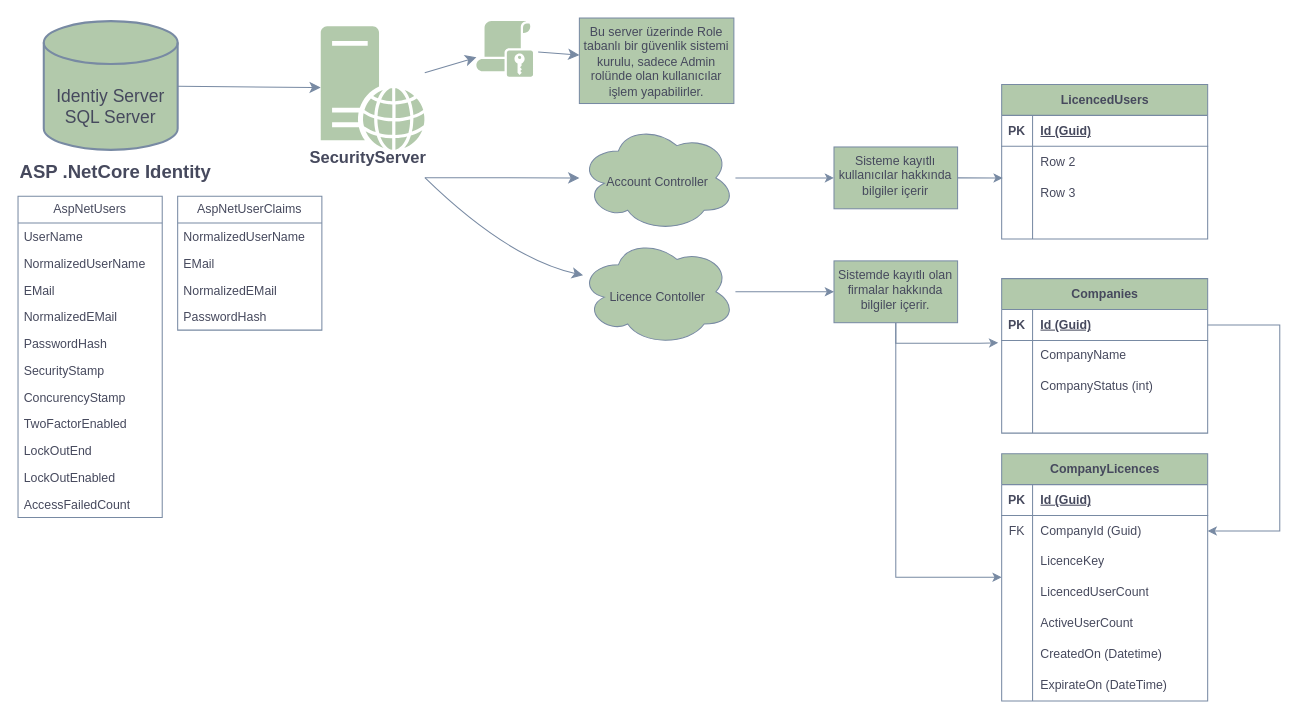
The draw.io diagram Başlıksız Diyagram.drawio in gvardal/drawio, before the edit. Source tidied: cells renumbered, new cells numbered last; positions are measured from the earlier drawing's top-left corner, leaving out a move shared by most shapes. Both pictures are drawn from the tidied source at 103%, with x=0, y=0 at pixel (18, 18).
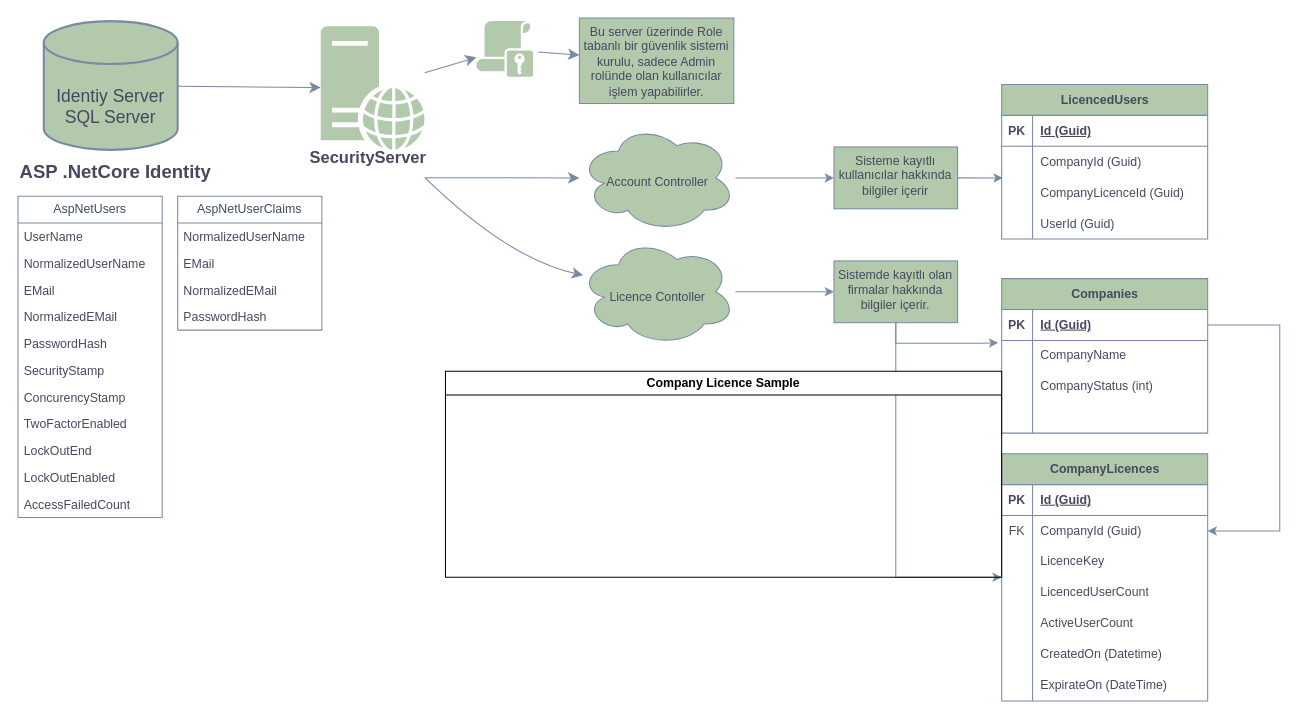
The same page after the edit.

Unchanged cells that the change refers to:
```xml
<mxCell id="55" style="shape=tableRow;horizontal=0;startSize=0;swimlaneHead=0;swimlaneBody=0;fillColor=none;top=0;left=0;right=0;bottom=0;labelBackgroundColor=none;strokeColor=#788AA3;fontColor=#46495D;" parent="51" vertex="1">
  <mxGeometry y="60" width="200" height="30" as="geometry" />
</mxCell>
<mxCell id="58" style="shape=tableRow;horizontal=0;startSize=0;swimlaneHead=0;swimlaneBody=0;fillColor=none;points=[[0,0.5],[1,0.5]];portConstraint=eastwest;top=0;left=0;right=0;bottom=0;labelBackgroundColor=none;strokeColor=#788AA3;fontColor=#46495D;" parent="51" vertex="1">
  <mxGeometry y="90" width="200" height="30" as="geometry" />
</mxCell>
<mxCell id="61" style="shape=tableRow;horizontal=0;startSize=0;swimlaneHead=0;swimlaneBody=0;fillColor=none;top=0;left=0;right=0;bottom=0;labelBackgroundColor=none;strokeColor=#788AA3;fontColor=#46495D;" parent="51" vertex="1">
  <mxGeometry y="120" width="200" height="30" as="geometry" />
</mxCell>
```

Change to the diagram source:
```diff
@@
-    <mxCell id="57" value="Row 2" style="shape=partialRectangle;fillColor=none;top=0;left=0;bottom=0;right=0;align=left;spacingLeft=6;overflow=hidden;whiteSpace=wrap;html=1;labelBackgroundColor=none;strokeColor=#788AA3;fontColor=#46495D;" parent="55" vertex="1">
+    <mxCell id="57" value="CompanyId (Guid)" style="shape=partialRectangle;fillColor=none;top=0;left=0;bottom=0;right=0;align=left;spacingLeft=6;overflow=hidden;whiteSpace=wrap;html=1;labelBackgroundColor=none;strokeColor=#788AA3;fontColor=#46495D;" parent="55" vertex="1">
       <mxGeometry x="30" width="170" height="30" as="geometry" />
     </mxCell>
@@
-    <mxCell id="60" value="Row 3" style="shape=partialRectangle;fillColor=none;top=0;left=0;bottom=0;right=0;align=left;spacingLeft=6;overflow=hidden;whiteSpace=wrap;html=1;labelBackgroundColor=none;strokeColor=#788AA3;fontColor=#46495D;" parent="58" vertex="1">
+    <mxCell id="60" value="CompanyLicenceId (Guid)" style="shape=partialRectangle;fillColor=none;top=0;left=0;bottom=0;right=0;align=left;spacingLeft=6;overflow=hidden;whiteSpace=wrap;html=1;labelBackgroundColor=none;strokeColor=#788AA3;fontColor=#46495D;" parent="58" vertex="1">
       <mxGeometry x="30" width="170" height="30" as="geometry" />
     </mxCell>
@@
-    <mxCell id="63" style="shape=partialRectangle;fillColor=none;top=0;left=0;bottom=0;right=0;align=left;spacingLeft=6;overflow=hidden;whiteSpace=wrap;html=1;labelBackgroundColor=none;strokeColor=#788AA3;fontColor=#46495D;" parent="61" vertex="1">
+    <mxCell id="63" value="UserId (Guid)" style="shape=partialRectangle;fillColor=none;top=0;left=0;bottom=0;right=0;align=left;spacingLeft=6;overflow=hidden;whiteSpace=wrap;html=1;labelBackgroundColor=none;strokeColor=#788AA3;fontColor=#46495D;" parent="61" vertex="1">
       <mxGeometry x="30" width="170" height="30" as="geometry" />
     </mxCell>
@@
+    <mxCell id="89" value="Company Licence Sample" style="swimlane;whiteSpace=wrap;html=1;" parent="1" vertex="1">
+      <mxGeometry x="415" y="343" width="540" height="200" as="geometry" />
+    </mxCell>
```
